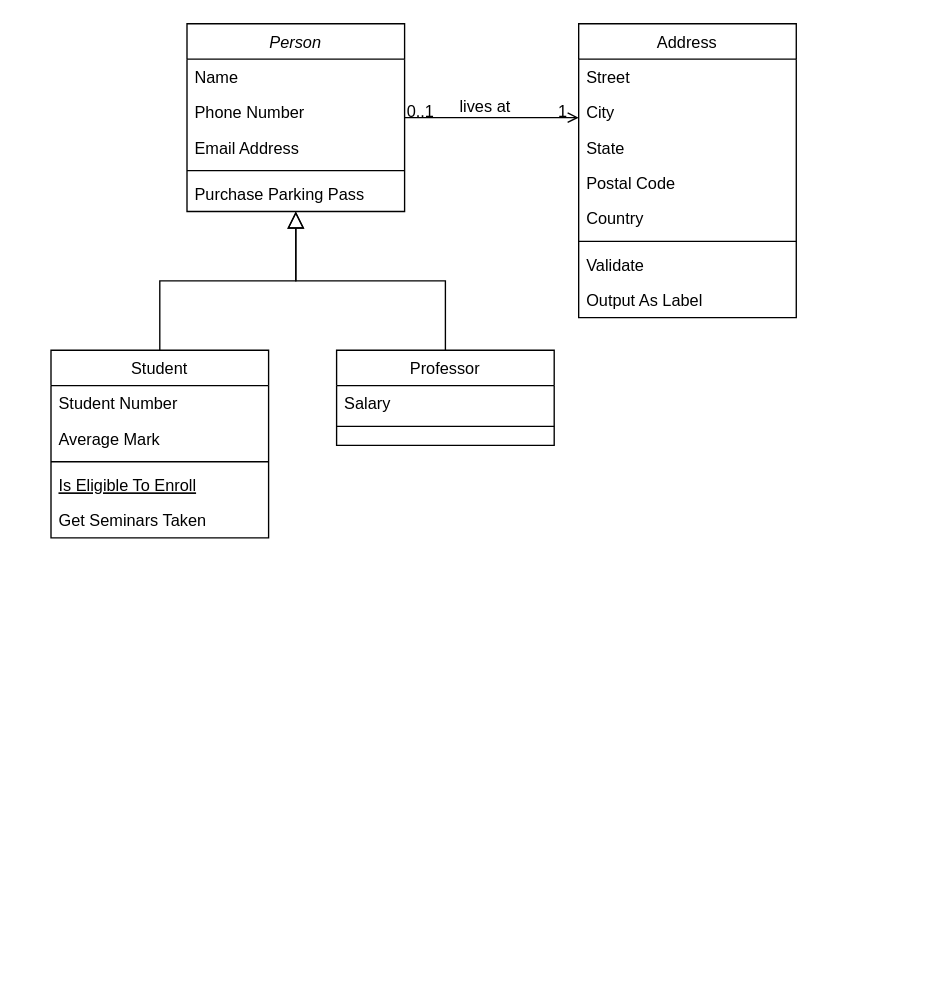
Before: Assignment1.drawio in lushihui51/309_MiniGames, a draw.io diagram. Source tidied: cells renumbered, new cells numbered last; positions are measured from the earlier drawing's top-left corner, leaving out a move shared by most shapes. Both pictures are drawn from the tidied source at 136%, with x=0, y=0 at pixel (50, 23).
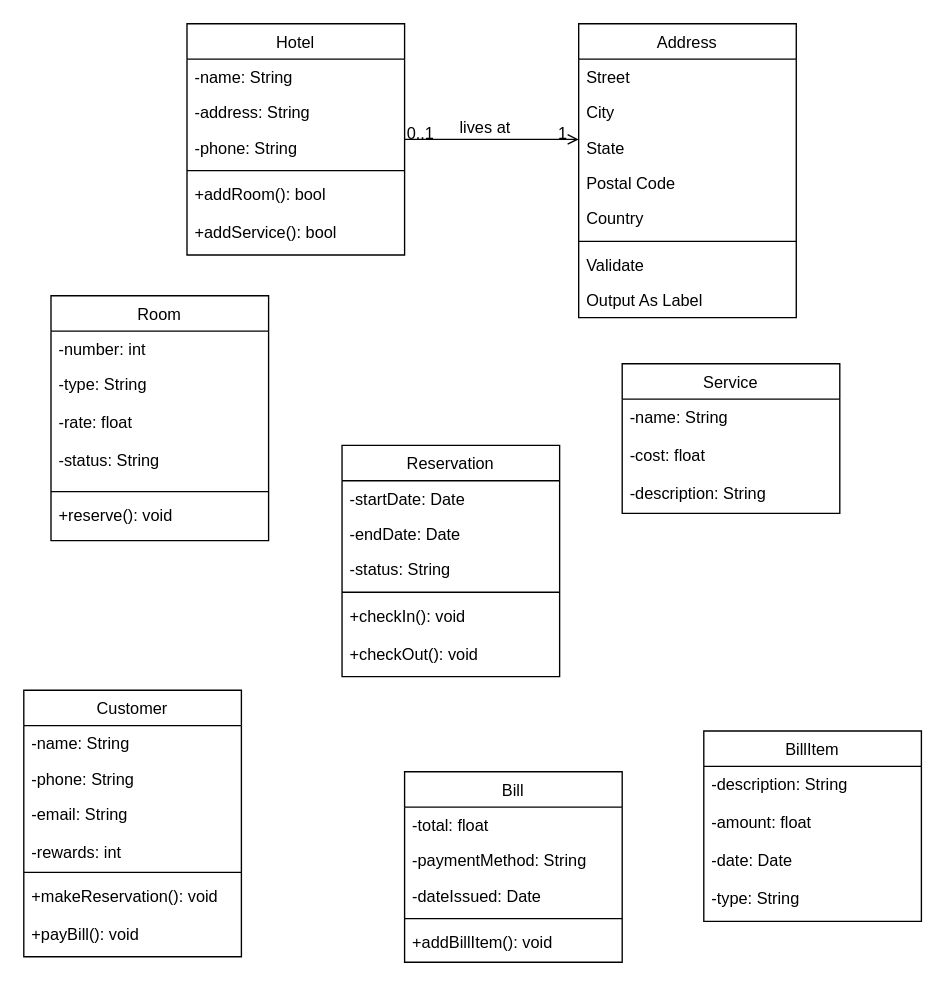
The same diagram, later.

The edit, as a diff of the source:
```diff
@@
-    <mxCell id="2" value="Person" style="swimlane;fontStyle=2;align=center;verticalAlign=top;horizontal=1;startSize=26;rounded=0;shadow=0;strokeWidth=1;" parent="1" vertex="1">
-      <mxGeometry x="100" width="160" height="138" as="geometry" />
+    <mxCell id="2" value="Hotel" style="swimlane;fontStyle=0;align=center;verticalAlign=top;horizontal=1;startSize=26;rounded=0;shadow=0;strokeWidth=1;" parent="1" vertex="1">
+      <mxGeometry x="100" width="160" height="170" as="geometry" />
     </mxCell>
-    <mxCell id="3" value="Name" style="text;align=left;verticalAlign=top;spacingLeft=4;spacingRight=4;overflow=hidden;" parent="2" vertex="1">
+    <mxCell id="3" value="-name: String" style="text;align=left;verticalAlign=top;spacingLeft=4;spacingRight=4;overflow=hidden;" parent="2" vertex="1">
       <mxGeometry y="26" width="160" height="26" as="geometry" />
     </mxCell>
-    <mxCell id="4" value="Phone Number" style="text;align=left;verticalAlign=top;spacingLeft=4;spacingRight=4;overflow=hidden;rounded=0;shadow=0;html=0;" parent="2" vertex="1">
+    <mxCell id="4" value="-address: String " style="text;align=left;verticalAlign=top;spacingLeft=4;spacingRight=4;overflow=hidden;rounded=0;shadow=0;html=0;" parent="2" vertex="1">
       <mxGeometry y="52" width="160" height="26" as="geometry" />
     </mxCell>
-    <mxCell id="5" value="Email Address" style="text;align=left;verticalAlign=top;spacingLeft=4;spacingRight=4;overflow=hidden;rounded=0;shadow=0;html=0;" parent="2" vertex="1">
+    <mxCell id="5" value="-phone: String" style="text;align=left;verticalAlign=top;spacingLeft=4;spacingRight=4;overflow=hidden;rounded=0;shadow=0;html=0;" parent="2" vertex="1">
       <mxGeometry y="78" width="160" height="26" as="geometry" />
     </mxCell>
@@
-    <mxCell id="7" value="Purchase Parking Pass" style="text;align=left;verticalAlign=top;spacingLeft=4;spacingRight=4;overflow=hidden;" parent="2" vertex="1">
-      <mxGeometry y="112" width="160" height="26" as="geometry" />
+    <mxCell id="7" value="+addRoom(): bool&#10;&#10;+addService(): bool" style="text;align=left;verticalAlign=top;spacingLeft=4;spacingRight=4;overflow=hidden;" parent="2" vertex="1">
+      <mxGeometry y="112" width="160" height="58" as="geometry" />
     </mxCell>
-    <mxCell id="8" value="Student" style="swimlane;fontStyle=0;align=center;verticalAlign=top;horizontal=1;startSize=26;rounded=0;shadow=0;strokeWidth=1;" parent="1" vertex="1">
-      <mxGeometry y="240" width="160" height="138" as="geometry" />
+    <mxCell id="8" value="Room" style="swimlane;fontStyle=0;align=center;verticalAlign=top;horizontal=1;startSize=26;rounded=0;shadow=0;strokeWidth=1;" parent="1" vertex="1">
+      <mxGeometry y="200" width="160" height="180" as="geometry" />
     </mxCell>
-    <mxCell id="9" value="Student Number" style="text;align=left;verticalAlign=top;spacingLeft=4;spacingRight=4;overflow=hidden;" parent="8" vertex="1">
+    <mxCell id="9" value="-number: int" style="text;align=left;verticalAlign=top;spacingLeft=4;spacingRight=4;overflow=hidden;" parent="8" vertex="1">
       <mxGeometry y="26" width="160" height="26" as="geometry" />
     </mxCell>
-    <mxCell id="10" value="Average Mark" style="text;align=left;verticalAlign=top;spacingLeft=4;spacingRight=4;overflow=hidden;rounded=0;shadow=0;html=0;" parent="8" vertex="1">
-      <mxGeometry y="52" width="160" height="26" as="geometry" />
+    <mxCell id="10" value="-type: String&#10;&#10;-rate: float&#10;&#10;-status: String" style="text;align=left;verticalAlign=top;spacingLeft=4;spacingRight=4;overflow=hidden;rounded=0;shadow=0;html=0;" parent="8" vertex="1">
+      <mxGeometry y="52" width="160" height="88" as="geometry" />
     </mxCell>
     <mxCell id="11" style="line;html=1;strokeWidth=1;align=left;verticalAlign=middle;spacingTop=-1;spacingLeft=3;spacingRight=3;labelPosition=right;" parent="8" vertex="1">
-      <mxGeometry y="78" width="160" height="8" as="geometry" />
+      <mxGeometry y="140" width="160" height="8" as="geometry" />
     </mxCell>
-    <mxCell id="12" value="Is Eligible To Enroll" style="text;align=left;verticalAlign=top;spacingLeft=4;spacingRight=4;overflow=hidden;fontStyle=4;" parent="8" vertex="1">
-      <mxGeometry y="86" width="160" height="26" as="geometry" />
-    </mxCell>
-    <mxCell id="13" value="Get Seminars Taken" style="text;align=left;verticalAlign=top;spacingLeft=4;spacingRight=4;overflow=hidden;" parent="8" vertex="1">
-      <mxGeometry y="112" width="160" height="26" as="geometry" />
+    <mxCell id="13" value="+reserve(): void" style="text;align=left;verticalAlign=top;spacingLeft=4;spacingRight=4;overflow=hidden;" parent="8" vertex="1">
+      <mxGeometry y="148" width="160" height="26" as="geometry" />
     </mxCell>
-    <mxCell id="14" style="endArrow=block;endSize=10;endFill=0;shadow=0;strokeWidth=1;rounded=0;curved=0;edgeStyle=elbowEdgeStyle;elbow=vertical;" parent="1" edge="1" source="8" target="2">
-      <mxGeometry relative="1" as="geometry" />
-    </mxCell>
-    <mxCell id="15" value="Professor" style="swimlane;fontStyle=0;align=center;verticalAlign=top;horizontal=1;startSize=26;rounded=0;shadow=0;strokeWidth=1;" parent="1" vertex="1">
-      <mxGeometry x="210" y="240" width="160" height="70" as="geometry" />
-    </mxCell>
-    <mxCell id="16" value="Salary" style="text;align=left;verticalAlign=top;spacingLeft=4;spacingRight=4;overflow=hidden;" parent="15" vertex="1">
-      <mxGeometry y="26" width="160" height="26" as="geometry" />
-    </mxCell>
-    <mxCell id="17" style="line;html=1;strokeWidth=1;align=left;verticalAlign=middle;spacingTop=-1;spacingLeft=3;spacingRight=3;labelPosition=right;" parent="15" vertex="1">
-      <mxGeometry y="52" width="160" height="8" as="geometry" />
-    </mxCell>
-    <mxCell id="18" style="endArrow=block;endSize=10;endFill=0;shadow=0;strokeWidth=1;rounded=0;curved=0;edgeStyle=elbowEdgeStyle;elbow=vertical;" parent="1" edge="1" source="15" target="2">
-      <mxGeometry relative="1" as="geometry" />
-    </mxCell>
@@
+    <mxCell id="32" value="Service" style="swimlane;fontStyle=0;align=center;verticalAlign=top;horizontal=1;startSize=26;rounded=0;shadow=0;strokeWidth=1;" parent="1" vertex="1">
+      <mxGeometry x="420" y="250" width="160" height="110" as="geometry" />
+    </mxCell>
+    <mxCell id="33" value="-name: String&#10;&#10;-cost: float&#10;&#10;-description: String" style="text;align=left;verticalAlign=top;spacingLeft=4;spacingRight=4;overflow=hidden;" parent="32" vertex="1">
+      <mxGeometry y="26" width="160" height="84" as="geometry" />
+    </mxCell>
+    <mxCell id="34" value="Reservation" style="swimlane;fontStyle=0;align=center;verticalAlign=top;horizontal=1;startSize=26;rounded=0;shadow=0;strokeWidth=1;" parent="1" vertex="1">
+      <mxGeometry x="214" y="310" width="160" height="170" as="geometry" />
+    </mxCell>
+    <mxCell id="35" value="-startDate: Date" style="text;align=left;verticalAlign=top;spacingLeft=4;spacingRight=4;overflow=hidden;" parent="34" vertex="1">
+      <mxGeometry y="26" width="160" height="26" as="geometry" />
+    </mxCell>
+    <mxCell id="36" value="-endDate: Date" style="text;align=left;verticalAlign=top;spacingLeft=4;spacingRight=4;overflow=hidden;rounded=0;shadow=0;html=0;" parent="34" vertex="1">
+      <mxGeometry y="52" width="160" height="26" as="geometry" />
+    </mxCell>
+    <mxCell id="37" value="-status: String" style="text;align=left;verticalAlign=top;spacingLeft=4;spacingRight=4;overflow=hidden;rounded=0;shadow=0;html=0;" parent="34" vertex="1">
+      <mxGeometry y="78" width="160" height="26" as="geometry" />
+    </mxCell>
+    <mxCell id="38" style="line;html=1;strokeWidth=1;align=left;verticalAlign=middle;spacingTop=-1;spacingLeft=3;spacingRight=3;labelPosition=right;" parent="34" vertex="1">
+      <mxGeometry y="104" width="160" height="8" as="geometry" />
+    </mxCell>
+    <mxCell id="39" value="+checkIn(): void&#10;&#10;+checkOut(): void" style="text;align=left;verticalAlign=top;spacingLeft=4;spacingRight=4;overflow=hidden;" parent="34" vertex="1">
+      <mxGeometry y="112" width="160" height="58" as="geometry" />
+    </mxCell>
+    <mxCell id="40" value="Customer" style="swimlane;fontStyle=0;align=center;verticalAlign=top;horizontal=1;startSize=26;rounded=0;shadow=0;strokeWidth=1;" parent="1" vertex="1">
+      <mxGeometry x="-20" y="490" width="160" height="196" as="geometry" />
+    </mxCell>
+    <mxCell id="41" value="-name: String" style="text;align=left;verticalAlign=top;spacingLeft=4;spacingRight=4;overflow=hidden;" parent="40" vertex="1">
+      <mxGeometry y="26" width="160" height="26" as="geometry" />
+    </mxCell>
+    <mxCell id="42" value="-phone: String" style="text;align=left;verticalAlign=top;spacingLeft=4;spacingRight=4;overflow=hidden;rounded=0;shadow=0;html=0;" parent="40" vertex="1">
+      <mxGeometry y="52" width="160" height="26" as="geometry" />
+    </mxCell>
+    <mxCell id="43" value="-email: String&#10;&#10;-rewards: int" style="text;align=left;verticalAlign=top;spacingLeft=4;spacingRight=4;overflow=hidden;rounded=0;shadow=0;html=0;" parent="40" vertex="1">
+      <mxGeometry y="78" width="160" height="52" as="geometry" />
+    </mxCell>
+    <mxCell id="44" style="line;html=1;strokeWidth=1;align=left;verticalAlign=middle;spacingTop=-1;spacingLeft=3;spacingRight=3;labelPosition=right;" parent="40" vertex="1">
+      <mxGeometry y="130" width="160" height="8" as="geometry" />
+    </mxCell>
+    <mxCell id="45" value="+makeReservation(): void&#10;&#10;+payBill(): void" style="text;align=left;verticalAlign=top;spacingLeft=4;spacingRight=4;overflow=hidden;" parent="40" vertex="1">
+      <mxGeometry y="138" width="160" height="58" as="geometry" />
+    </mxCell>
+    <mxCell id="46" value="Bill" style="swimlane;fontStyle=0;align=center;verticalAlign=top;horizontal=1;startSize=26;rounded=0;shadow=0;strokeWidth=1;" parent="1" vertex="1">
+      <mxGeometry x="260" y="550" width="160" height="140" as="geometry" />
+    </mxCell>
+    <mxCell id="47" value="-total: float" style="text;align=left;verticalAlign=top;spacingLeft=4;spacingRight=4;overflow=hidden;" parent="46" vertex="1">
+      <mxGeometry y="26" width="160" height="26" as="geometry" />
+    </mxCell>
+    <mxCell id="48" value="-paymentMethod: String" style="text;align=left;verticalAlign=top;spacingLeft=4;spacingRight=4;overflow=hidden;rounded=0;shadow=0;html=0;" parent="46" vertex="1">
+      <mxGeometry y="52" width="160" height="26" as="geometry" />
+    </mxCell>
+    <mxCell id="49" value="-dateIssued: Date" style="text;align=left;verticalAlign=top;spacingLeft=4;spacingRight=4;overflow=hidden;rounded=0;shadow=0;html=0;" parent="46" vertex="1">
+      <mxGeometry y="78" width="160" height="26" as="geometry" />
+    </mxCell>
+    <mxCell id="50" style="line;html=1;strokeWidth=1;align=left;verticalAlign=middle;spacingTop=-1;spacingLeft=3;spacingRight=3;labelPosition=right;" parent="46" vertex="1">
+      <mxGeometry y="104" width="160" height="8" as="geometry" />
+    </mxCell>
+    <mxCell id="51" value="+addBillItem(): void" style="text;align=left;verticalAlign=top;spacingLeft=4;spacingRight=4;overflow=hidden;" parent="46" vertex="1">
+      <mxGeometry y="112" width="160" height="28" as="geometry" />
+    </mxCell>
+    <mxCell id="52" value="BillItem" style="swimlane;fontStyle=0;align=center;verticalAlign=top;horizontal=1;startSize=26;rounded=0;shadow=0;strokeWidth=1;" parent="1" vertex="1">
+      <mxGeometry x="480" y="520" width="160" height="140" as="geometry" />
+    </mxCell>
+    <mxCell id="53" value="-description: String&#10;&#10;-amount: float&#10;&#10;-date: Date&#10;&#10;-type: String" style="text;align=left;verticalAlign=top;spacingLeft=4;spacingRight=4;overflow=hidden;" parent="52" vertex="1">
+      <mxGeometry y="26" width="160" height="114" as="geometry" />
+    </mxCell>
```
